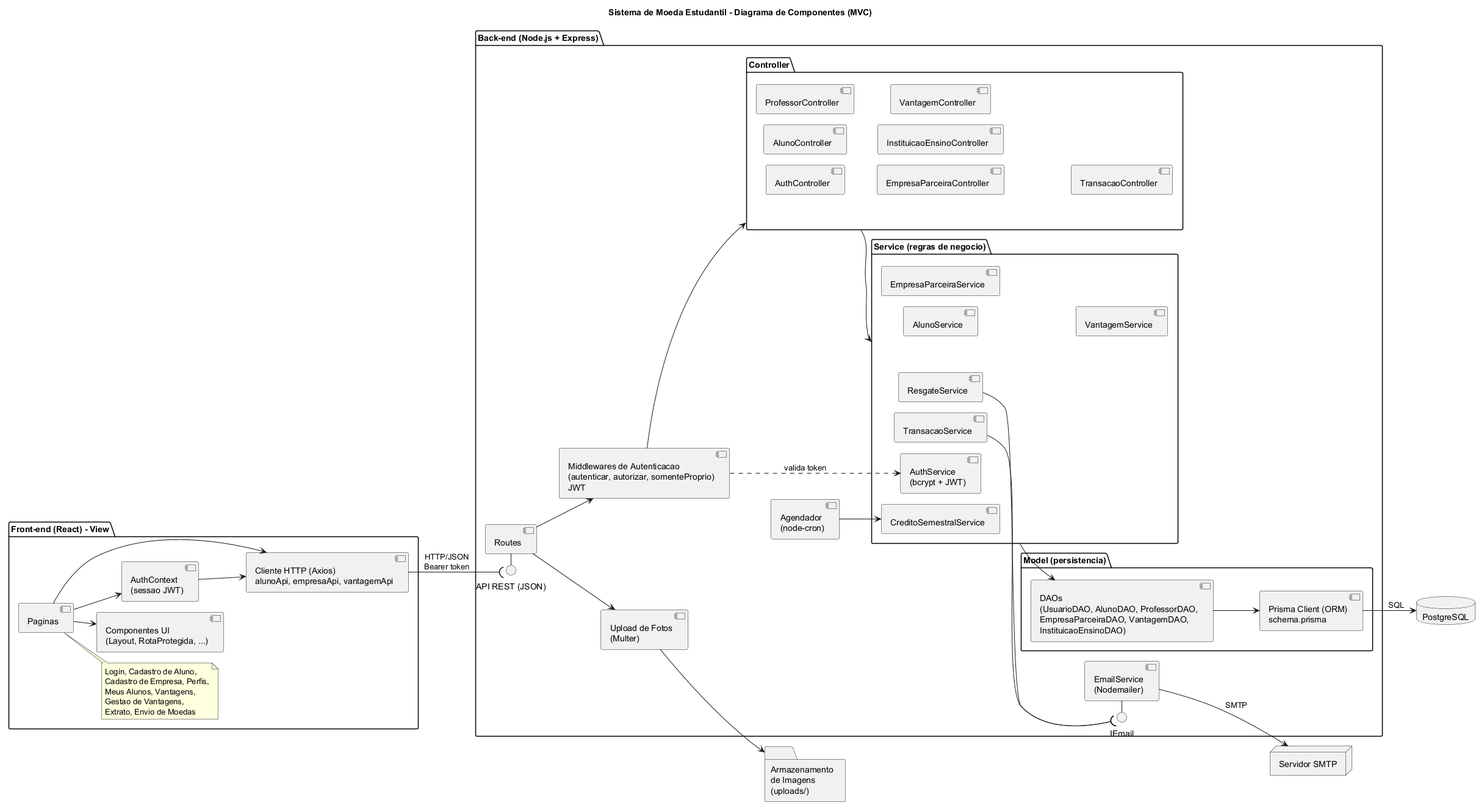
This is docs/diagramas/componentes/diagrama-de-componentes.png from natadias/moeda-estudantil, a PlantUML export, as it was before one commit.
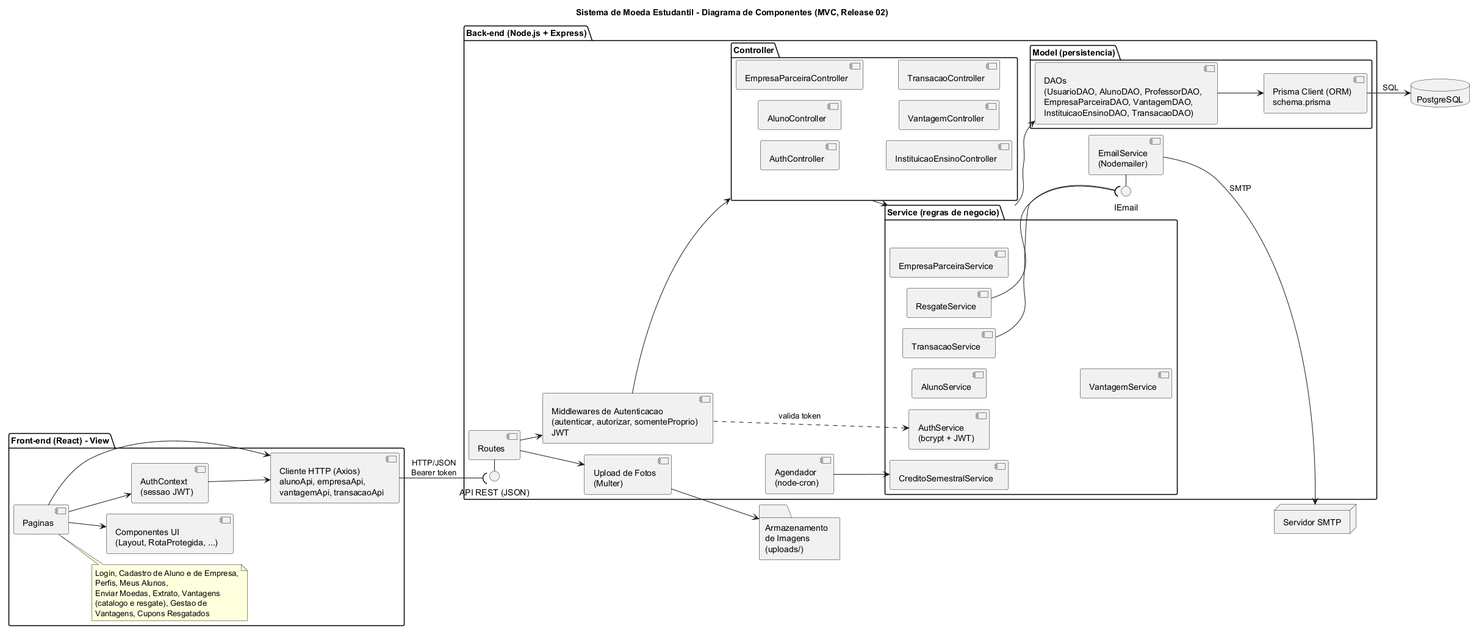
The same diagram one commit later.

What changed in the source:
```diff
@@ -1,21 +1,21 @@
 @startuml diagrama-de-componentes
 !pragma layout smetana
-title Sistema de Moeda Estudantil - Diagrama de Componentes (MVC)
+title Sistema de Moeda Estudantil - Diagrama de Componentes (MVC, Release 02)
 skinparam componentStyle uml2
 left to right direction
 
 package "Front-end (React) - View" {
   [Paginas] as Paginas
   note right of Paginas
-    Login, Cadastro de Aluno,
-    Cadastro de Empresa, Perfis,
-    Meus Alunos, Vantagens,
-    Gestao de Vantagens,
-    Extrato, Envio de Moedas
+    Login, Cadastro de Aluno e de Empresa,
+    Perfis, Meus Alunos,
+    Enviar Moedas, Extrato, Vantagens
+    (catalogo e resgate), Gestao de
+    Vantagens, Cupons Resgatados
   end note
   [Componentes UI\n(Layout, RotaProtegida, ...)] as UI
   [AuthContext\n(sessao JWT)] as AuthCtx
-  [Cliente HTTP (Axios)\nalunoApi, empresaApi, vantagemApi] as Api
+  [Cliente HTTP (Axios)\nalunoApi, empresaApi,\nvantagemApi, transacaoApi] as Api
   Paginas --> UI
   Paginas --> AuthCtx
   Paginas --> Api
@@ -30,7 +30,6 @@
   package "Controller" {
     [AuthController]
     [AlunoController]
-    [ProfessorController]
     [EmpresaParceiraController]
     [InstituicaoEnsinoController]
     [VantagemController]
@@ -48,7 +47,7 @@
   }
 
   package "Model (persistencia)" {
-    [DAOs\n(UsuarioDAO, AlunoDAO, ProfessorDAO,\nEmpresaParceiraDAO, VantagemDAO,\nInstituicaoEnsinoDAO)] as DAO
+    [DAOs\n(UsuarioDAO, AlunoDAO, ProfessorDAO,\nEmpresaParceiraDAO, VantagemDAO,\nInstituicaoEnsinoDAO, TransacaoDAO)] as DAO
     [Prisma Client (ORM)\nschema.prisma] as Prisma
     DAO --> Prisma
   }
```
